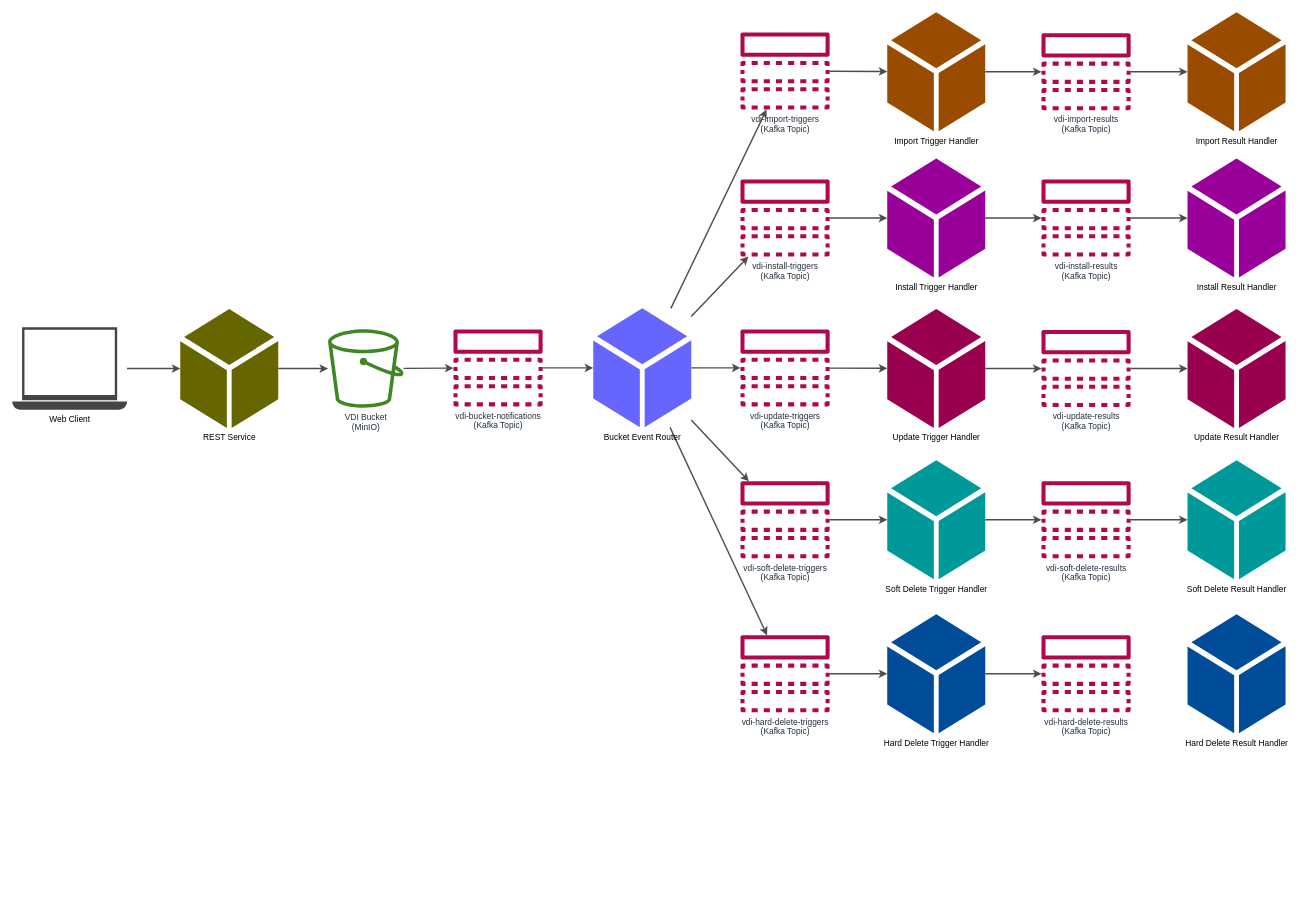
The draw.io diagram page "overall-flow" (2 of 9) of docs/design/1.0/diagrams/vdi.drawio in VEuPathDB/VDI, before the edit. Source tidied: cells renumbered, new cells numbered last; positions are measured from the earlier drawing's top-left corner, leaving out a move shared by most shapes. Both pictures are drawn from the tidied source at 70%, with x=0, y=0 at pixel (12, 12).
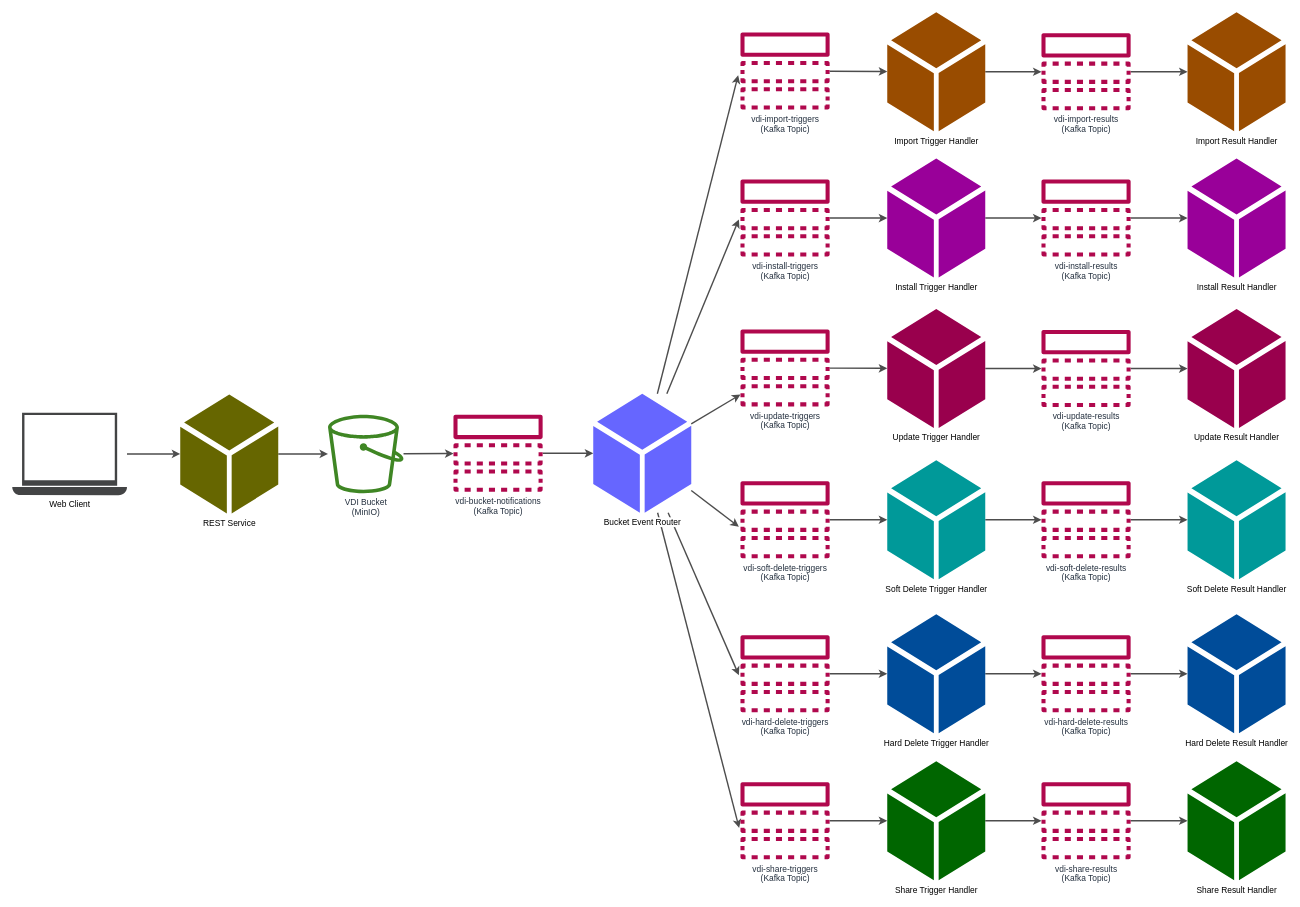
The same diagram, later.

The change refers to these unchanged cells:
```xml
<mxCell id="19" value="vdi-install-triggers&lt;br&gt;(Kafka Topic)" style="sketch=0;outlineConnect=0;fontColor=#232F3E;gradientColor=none;fillColor=#B0084D;strokeColor=none;dashed=0;verticalLabelPosition=bottom;verticalAlign=top;align=center;html=1;fontSize=12;fontStyle=0;shape=mxgraph.aws4.topic;" parent="1" vertex="1">
  <mxGeometry x="1040" y="239" width="128" height="110" as="geometry" />
</mxCell>
<mxCell id="21" value="vdi-soft-delete-triggers&lt;br&gt;(Kafka Topic)" style="sketch=0;outlineConnect=0;fontColor=#232F3E;gradientColor=none;fillColor=#B0084D;strokeColor=none;dashed=0;verticalLabelPosition=bottom;verticalAlign=top;align=center;html=1;fontSize=12;fontStyle=0;shape=mxgraph.aws4.topic;" parent="1" vertex="1">
  <mxGeometry x="1040" y="670" width="128" height="110" as="geometry" />
</mxCell>
<mxCell id="23" value="vdi-hard-delete-triggers&lt;br&gt;(Kafka Topic)" style="sketch=0;outlineConnect=0;fontColor=#232F3E;gradientColor=none;fillColor=#B0084D;strokeColor=none;dashed=0;verticalLabelPosition=bottom;verticalAlign=top;align=center;html=1;fontSize=12;fontStyle=0;shape=mxgraph.aws4.topic;" parent="1" vertex="1">
  <mxGeometry x="1040" y="890" width="128" height="110" as="geometry" />
</mxCell>
<mxCell id="25" value="vdi-import-triggers&lt;br&gt;(Kafka Topic)" style="sketch=0;outlineConnect=0;fontColor=#232F3E;gradientColor=none;fillColor=#B0084D;strokeColor=none;dashed=0;verticalLabelPosition=bottom;verticalAlign=top;align=center;html=1;fontSize=12;fontStyle=0;shape=mxgraph.aws4.topic;" parent="1" vertex="1">
  <mxGeometry x="1040" y="29" width="128" height="110" as="geometry" />
</mxCell>
<mxCell id="44" value="vdi-hard-delete-results&lt;br&gt;(Kafka Topic)" style="sketch=0;outlineConnect=0;fontColor=#232F3E;gradientColor=none;fillColor=#B0084D;strokeColor=none;dashed=0;verticalLabelPosition=bottom;verticalAlign=top;align=center;html=1;fontSize=12;fontStyle=0;shape=mxgraph.aws4.topic;" parent="1" vertex="1">
  <mxGeometry x="1470" y="890" width="128" height="110" as="geometry" />
</mxCell>
<mxCell id="49" value="Hard Delete Result Handler" style="sketch=0;shadow=0;dashed=0;html=1;strokeColor=none;fillColor=#004C99;labelPosition=center;verticalLabelPosition=bottom;verticalAlign=top;outlineConnect=0;align=center;shape=mxgraph.office.concepts.node_generic;" parent="1" vertex="1">
  <mxGeometry x="1679" y="860" width="140" height="170" as="geometry" />
</mxCell>
```

The edit, as a diff of the source:
```diff
@@
     <mxCell id="3" value="Web Client" style="sketch=0;shadow=0;dashed=0;html=1;strokeColor=none;fillColor=#434445;labelPosition=center;verticalLabelPosition=bottom;verticalAlign=top;align=center;outlineConnect=0;shape=mxgraph.vvd.laptop;" parent="1" vertex="1">
-      <mxGeometry y="450" width="163.9" height="118" as="geometry" />
+      <mxGeometry y="572" width="163.9" height="118" as="geometry" />
     </mxCell>
@@
     <mxCell id="5" value="REST Service" style="sketch=0;shadow=0;dashed=0;html=1;strokeColor=none;fillColor=#666600;labelPosition=center;verticalLabelPosition=bottom;verticalAlign=top;outlineConnect=0;align=center;shape=mxgraph.office.concepts.node_generic;" parent="1" vertex="1">
-      <mxGeometry x="240" y="424" width="140" height="170" as="geometry" />
+      <mxGeometry x="240" y="546" width="140" height="170" as="geometry" />
     </mxCell>
@@
     <mxCell id="7" value="VDI Bucket&lt;br&gt;(MinIO)" style="sketch=0;outlineConnect=0;fontColor=#232F3E;gradientColor=none;fillColor=#3F8624;strokeColor=none;dashed=0;verticalLabelPosition=bottom;verticalAlign=top;align=center;html=1;fontSize=12;fontStyle=0;shape=mxgraph.aws4.bucket;" parent="1" vertex="1">
-      <mxGeometry x="451.1" y="452.9" width="107.9" height="112.2" as="geometry" />
+      <mxGeometry x="451.1" y="574.9" width="107.9" height="112.2" as="geometry" />
     </mxCell>
@@
     <mxCell id="9" value="vdi-bucket-notifications&lt;br&gt;(Kafka Topic)" style="sketch=0;outlineConnect=0;fontColor=#232F3E;gradientColor=none;fillColor=#B0084D;strokeColor=none;dashed=0;verticalLabelPosition=bottom;verticalAlign=top;align=center;html=1;fontSize=12;fontStyle=0;shape=mxgraph.aws4.topic;" parent="1" vertex="1">
-      <mxGeometry x="630" y="453.1" width="128" height="110" as="geometry" />
+      <mxGeometry x="630" y="575.1" width="128" height="110" as="geometry" />
     </mxCell>
-    <mxCell id="10" style="edgeStyle=none;rounded=0;jettySize=auto;html=1;strokeColor=#4D4D4D;strokeWidth=2;" parent="1" edge="1" source="15" target="25">
-      <mxGeometry relative="1" as="geometry" />
+    <mxCell id="10" style="edgeStyle=none;rounded=0;jettySize=auto;html=1;strokeColor=#4D4D4D;strokeWidth=2;" parent="1" edge="1" source="15">
+      <mxGeometry relative="1" as="geometry">
+        <mxPoint x="1037" y="90" as="targetPoint" />
+      </mxGeometry>
     </mxCell>
-    <mxCell id="11" style="edgeStyle=none;rounded=0;jettySize=auto;html=1;strokeColor=#4D4D4D;strokeWidth=2;" parent="1" edge="1" source="15" target="19">
-      <mxGeometry relative="1" as="geometry" />
+    <mxCell id="11" style="edgeStyle=none;rounded=0;jettySize=auto;html=1;strokeColor=#4D4D4D;strokeWidth=2;" parent="1" edge="1" source="15">
+      <mxGeometry relative="1" as="geometry">
+        <mxPoint x="1038" y="296" as="targetPoint" />
+      </mxGeometry>
     </mxCell>
@@
-    <mxCell id="13" style="edgeStyle=none;rounded=0;jettySize=auto;html=1;strokeColor=#4D4D4D;strokeWidth=2;" parent="1" edge="1" source="15" target="21">
-      <mxGeometry relative="1" as="geometry" />
+    <mxCell id="13" style="edgeStyle=none;rounded=0;jettySize=auto;html=1;strokeColor=#4D4D4D;strokeWidth=2;" parent="1" edge="1" source="15">
+      <mxGeometry relative="1" as="geometry">
+        <mxPoint x="1038" y="735" as="targetPoint" />
+      </mxGeometry>
     </mxCell>
-    <mxCell id="14" style="edgeStyle=none;rounded=0;jettySize=auto;html=1;strokeColor=#4D4D4D;strokeWidth=2;" parent="1" edge="1" source="15" target="23">
-      <mxGeometry relative="1" as="geometry" />
+    <mxCell id="14" style="edgeStyle=none;rounded=0;jettySize=auto;html=1;strokeColor=#4D4D4D;strokeWidth=2;" parent="1" edge="1" source="15">
+      <mxGeometry relative="1" as="geometry">
+        <mxPoint x="1038" y="947" as="targetPoint" />
+      </mxGeometry>
     </mxCell>
+    <mxCell id="50" style="edgeStyle=none;rounded=0;jettySize=auto;html=1;strokeColor=#4D4D4D;strokeWidth=2;" parent="1" edge="1" source="15">
+      <mxGeometry relative="1" as="geometry">
+        <mxPoint x="1038.4" y="1165.2" as="targetPoint" />
+      </mxGeometry>
+    </mxCell>
-    <mxCell id="15" value="Bucket Event Router" style="sketch=0;shadow=0;dashed=0;html=1;strokeColor=none;fillColor=#6666FF;labelPosition=center;verticalLabelPosition=bottom;verticalAlign=top;outlineConnect=0;align=center;shape=mxgraph.office.concepts.node_generic;" parent="1" vertex="1">
-      <mxGeometry x="830" y="423" width="140" height="170" as="geometry" />
+    <mxCell id="15" value="&lt;span style=&quot;background-color: rgb(255, 255, 255);&quot;&gt;Bucket Event Router&lt;/span&gt;" style="sketch=0;shadow=0;dashed=0;html=1;strokeColor=none;fillColor=#6666FF;labelPosition=center;verticalLabelPosition=bottom;verticalAlign=top;outlineConnect=0;align=center;shape=mxgraph.office.concepts.node_generic;" parent="1" vertex="1">
+      <mxGeometry x="830" y="545" width="140" height="170" as="geometry" />
     </mxCell>
@@
+    <mxCell id="51" style="edgeStyle=none;rounded=0;jettySize=auto;html=1;strokeColor=#4D4D4D;strokeWidth=2;" parent="1" edge="1" source="44" target="49">
+      <mxGeometry relative="1" as="geometry" />
+    </mxCell>
@@
+    <mxCell id="52" style="edgeStyle=none;rounded=0;jettySize=auto;html=1;strokeColor=#4D4D4D;strokeWidth=2;" parent="1" edge="1" source="53" target="55">
+      <mxGeometry relative="1" as="geometry" />
+    </mxCell>
+    <mxCell id="53" value="vdi-share-triggers&lt;br&gt;(Kafka Topic)" style="sketch=0;outlineConnect=0;fontColor=#232F3E;gradientColor=none;fillColor=#B0084D;strokeColor=none;dashed=0;verticalLabelPosition=bottom;verticalAlign=top;align=center;html=1;fontSize=12;fontStyle=0;shape=mxgraph.aws4.topic;" parent="1" vertex="1">
+      <mxGeometry x="1040" y="1100" width="128" height="110" as="geometry" />
+    </mxCell>
+    <mxCell id="54" style="edgeStyle=none;rounded=0;jettySize=auto;html=1;strokeColor=#4D4D4D;strokeWidth=2;" parent="1" edge="1" source="55" target="57">
+      <mxGeometry relative="1" as="geometry" />
+    </mxCell>
+    <mxCell id="55" value="Share Trigger Handler" style="sketch=0;shadow=0;dashed=0;html=1;strokeColor=none;fillColor=#006600;labelPosition=center;verticalLabelPosition=bottom;verticalAlign=top;outlineConnect=0;align=center;shape=mxgraph.office.concepts.node_generic;" parent="1" vertex="1">
+      <mxGeometry x="1250" y="1070" width="140" height="170" as="geometry" />
+    </mxCell>
+    <mxCell id="56" style="edgeStyle=none;rounded=0;jettySize=auto;html=1;strokeColor=#4D4D4D;strokeWidth=2;" parent="1" edge="1" source="57" target="58">
+      <mxGeometry relative="1" as="geometry" />
+    </mxCell>
+    <mxCell id="57" value="vdi-share-results&lt;br&gt;(Kafka Topic)" style="sketch=0;outlineConnect=0;fontColor=#232F3E;gradientColor=none;fillColor=#B0084D;strokeColor=none;dashed=0;verticalLabelPosition=bottom;verticalAlign=top;align=center;html=1;fontSize=12;fontStyle=0;shape=mxgraph.aws4.topic;" parent="1" vertex="1">
+      <mxGeometry x="1470" y="1100" width="128" height="110" as="geometry" />
+    </mxCell>
+    <mxCell id="58" value="Share Result Handler" style="sketch=0;shadow=0;dashed=0;html=1;strokeColor=none;fillColor=#006600;labelPosition=center;verticalLabelPosition=bottom;verticalAlign=top;outlineConnect=0;align=center;shape=mxgraph.office.concepts.node_generic;" parent="1" vertex="1">
+      <mxGeometry x="1679" y="1070" width="140" height="170" as="geometry" />
+    </mxCell>
```
